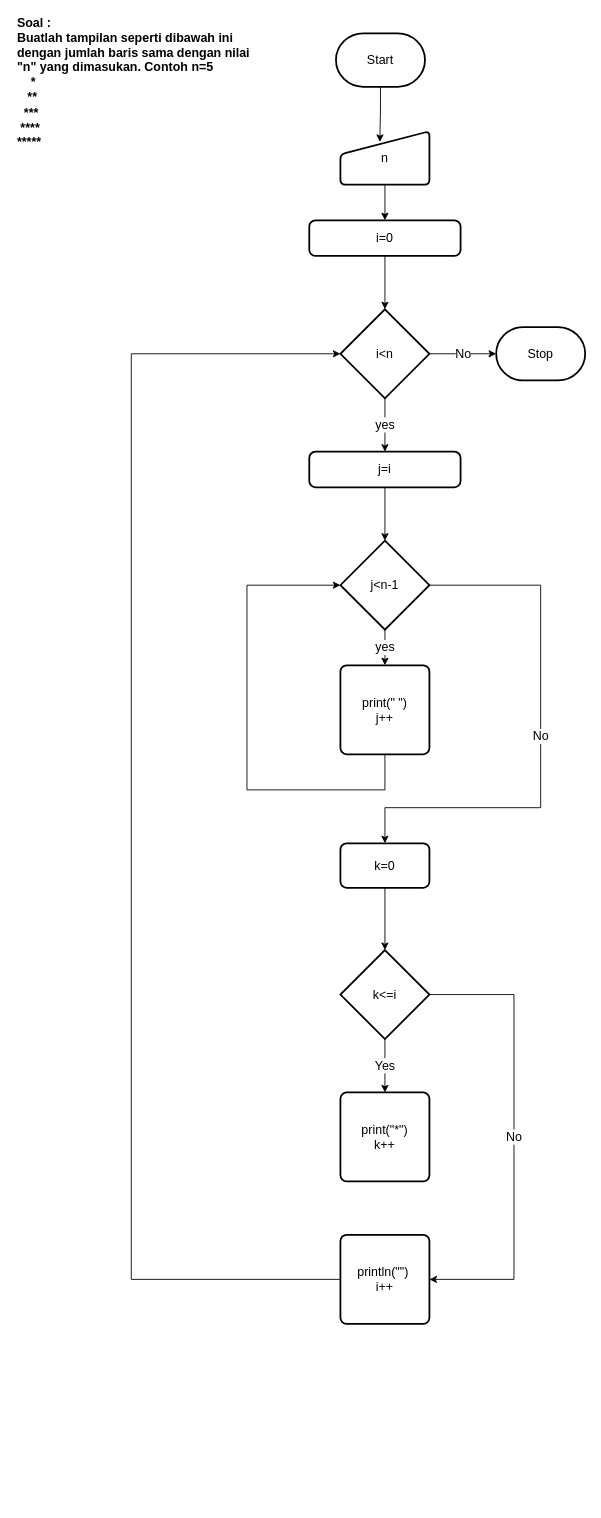
Before: src/Flowchart/Bintang.drawio in SetoAp69/Alprog22, a draw.io diagram. Source tidied: cells renumbered, new cells numbered last; positions are measured from the earlier drawing's top-left corner, leaving out a move shared by most shapes. Both pictures are drawn from the tidied source at 89%, with x=0, y=0 at pixel (15, 24).
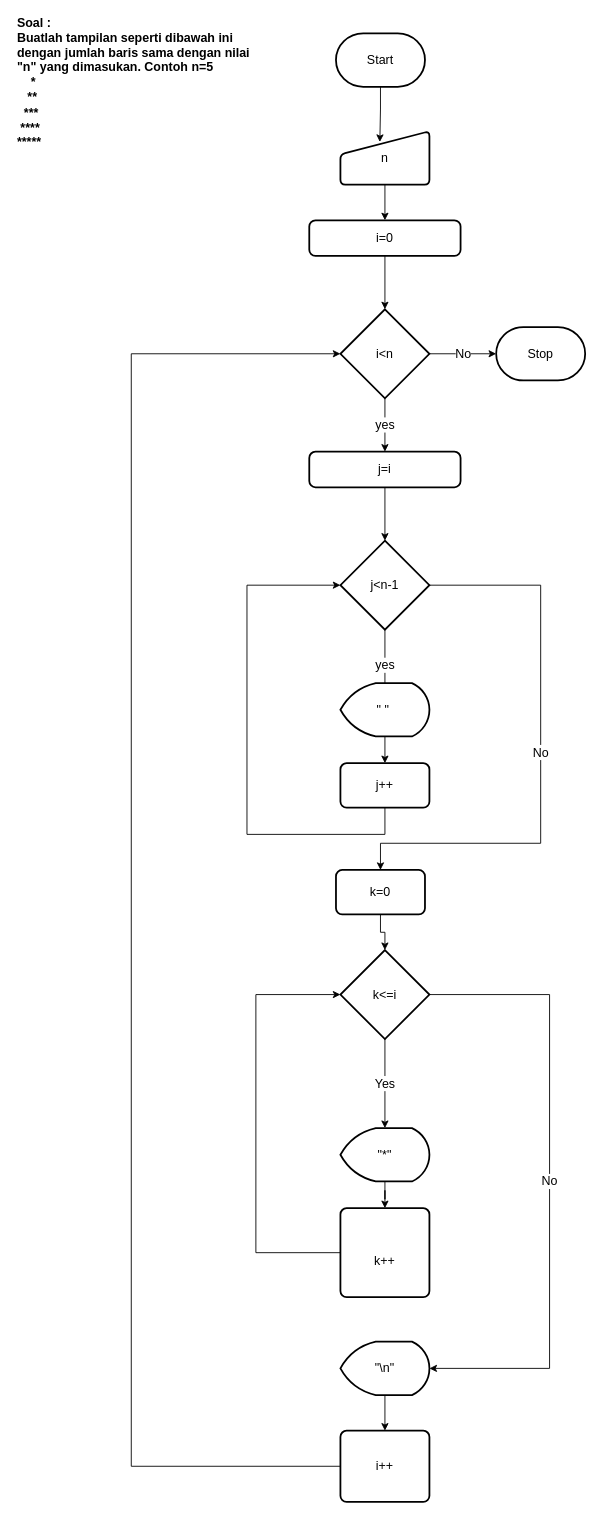
After the change.

Unchanged cells that the change refers to:
```xml
<mxCell id="11" value="i&amp;lt;n" style="strokeWidth=2;html=1;shape=mxgraph.flowchart.decision;whiteSpace=wrap;fontSize=14;" parent="1" vertex="1">
  <mxGeometry x="365" y="320" width="100" height="100" as="geometry" />
</mxCell>
<mxCell id="17" value="j&amp;lt;n-1" style="strokeWidth=2;html=1;shape=mxgraph.flowchart.decision;whiteSpace=wrap;fontSize=14;" parent="1" vertex="1">
  <mxGeometry x="365" y="580" width="100" height="100" as="geometry" />
</mxCell>
<mxCell id="24" value="k&amp;lt;=i" style="strokeWidth=2;html=1;shape=mxgraph.flowchart.decision;whiteSpace=wrap;fontSize=14;" parent="1" vertex="1">
  <mxGeometry x="365" y="1040" width="100" height="100" as="geometry" />
</mxCell>
```

Diff of the diagram source:
```diff
@@
     <mxCell id="15" value="yes" style="edgeStyle=orthogonalEdgeStyle;rounded=0;jettySize=auto;html=1;fontSize=14;" parent="1" edge="1" source="17" target="19">
-      <mxGeometry relative="1" as="geometry" />
+      <mxGeometry x="-0.47" relative="1" as="geometry" />
     </mxCell>
     <mxCell id="16" value="No" style="edgeStyle=orthogonalEdgeStyle;rounded=0;jettySize=auto;html=1;fontSize=14;entryX=0.5;entryY=0;entryDx=0;entryDy=0;" parent="1" edge="1" source="17" target="21">
       <mxGeometry relative="1" as="geometry">
         <Array as="points">
           <mxPoint x="590" y="630" />
-          <mxPoint x="590" y="880" />
-          <mxPoint x="415" y="880" />
+          <mxPoint x="590" y="920" />
+          <mxPoint x="410" y="920" />
         </Array>
       </mxGeometry>
     </mxCell>
@@
     <mxCell id="18" style="edgeStyle=orthogonalEdgeStyle;rounded=0;jettySize=auto;html=1;fontSize=14;entryX=0;entryY=0.5;entryDx=0;entryDy=0;entryPerimeter=0;" parent="1" edge="1" source="19" target="17">
       <mxGeometry relative="1" as="geometry">
         <Array as="points">
-          <mxPoint x="415" y="860" />
-          <mxPoint x="260" y="860" />
+          <mxPoint x="415" y="910" />
+          <mxPoint x="260" y="910" />
           <mxPoint x="260" y="630" />
         </Array>
       </mxGeometry>
     </mxCell>
-    <mxCell id="19" value="print(&quot; &quot;)&lt;br&gt;j++" style="rounded=1;whiteSpace=wrap;html=1;absoluteArcSize=1;arcSize=14;strokeWidth=2;fontSize=14;" parent="1" vertex="1">
-      <mxGeometry x="365" y="720" width="100" height="100" as="geometry" />
+    <mxCell id="19" value="j++" style="rounded=1;whiteSpace=wrap;html=1;absoluteArcSize=1;arcSize=14;strokeWidth=2;fontSize=14;" parent="1" vertex="1">
+      <mxGeometry x="365" y="830" width="100" height="50" as="geometry" />
     </mxCell>
@@
     <mxCell id="21" value="k=0" style="rounded=1;whiteSpace=wrap;html=1;absoluteArcSize=1;arcSize=14;strokeWidth=2;fontSize=14;" parent="1" vertex="1">
-      <mxGeometry x="365" y="920" width="100" height="50" as="geometry" />
+      <mxGeometry x="360" y="950" width="100" height="50" as="geometry" />
     </mxCell>
-    <mxCell id="22" value="Yes" style="edgeStyle=orthogonalEdgeStyle;rounded=0;jettySize=auto;html=1;fontSize=14;" parent="1" edge="1" source="24" target="25">
+    <mxCell id="22" value="Yes" style="edgeStyle=orthogonalEdgeStyle;rounded=0;jettySize=auto;html=1;fontSize=14;entryX=0.5;entryY=0;entryDx=0;entryDy=0;entryPerimeter=0;" parent="1" edge="1" source="24" target="30">
       <mxGeometry relative="1" as="geometry" />
     </mxCell>
-    <mxCell id="23" value="No" style="edgeStyle=orthogonalEdgeStyle;rounded=0;jettySize=auto;html=1;fontSize=14;entryX=1;entryY=0.5;entryDx=0;entryDy=0;" parent="1" edge="1" source="24" target="27">
+    <mxCell id="23" value="No" style="edgeStyle=orthogonalEdgeStyle;rounded=0;jettySize=auto;html=1;fontSize=14;entryX=1;entryY=0.5;entryDx=0;entryDy=0;entryPerimeter=0;" parent="1" edge="1" source="24" target="32">
       <mxGeometry relative="1" as="geometry">
         <Array as="points">
-          <mxPoint x="560" y="1090" />
-          <mxPoint x="560" y="1410" />
+          <mxPoint x="600" y="1090" />
+          <mxPoint x="600" y="1510" />
         </Array>
       </mxGeometry>
     </mxCell>
@@
+    <mxCell id="28" style="edgeStyle=orthogonalEdgeStyle;rounded=0;jettySize=auto;html=1;fontSize=14;entryX=0;entryY=0.5;entryDx=0;entryDy=0;entryPerimeter=0;" parent="1" edge="1" source="25" target="24">
+      <mxGeometry relative="1" as="geometry">
+        <Array as="points">
+          <mxPoint x="270" y="1380" />
+          <mxPoint x="270" y="1090" />
+        </Array>
+      </mxGeometry>
+    </mxCell>
-    <mxCell id="25" value="print(&quot;*&quot;)&lt;br&gt;k++" style="rounded=1;whiteSpace=wrap;html=1;absoluteArcSize=1;arcSize=14;strokeWidth=2;fontSize=14;" parent="1" vertex="1">
-      <mxGeometry x="365" y="1200" width="100" height="100" as="geometry" />
+    <mxCell id="25" value="&lt;br&gt;k++" style="rounded=1;whiteSpace=wrap;html=1;absoluteArcSize=1;arcSize=14;strokeWidth=2;fontSize=14;" parent="1" vertex="1">
+      <mxGeometry x="365" y="1330" width="100" height="100" as="geometry" />
     </mxCell>
-    <mxCell id="26" style="edgeStyle=orthogonalEdgeStyle;rounded=0;jettySize=auto;html=1;fontSize=14;entryX=0;entryY=0.5;entryDx=0;entryDy=0;entryPerimeter=0;" parent="1" edge="1" source="27" target="11">
+    <mxCell id="26" style="edgeStyle=orthogonalEdgeStyle;rounded=0;jettySize=auto;html=1;fontSize=14;entryX=0;entryY=0.5;entryDx=0;entryDy=0;entryPerimeter=0;exitX=0;exitY=0.5;exitDx=0;exitDy=0;" parent="1" edge="1" source="33" target="11">
       <mxGeometry relative="1" as="geometry">
         <Array as="points">
-          <mxPoint x="130" y="1410" />
+          <mxPoint x="130" y="1620" />
           <mxPoint x="130" y="370" />
         </Array>
       </mxGeometry>
     </mxCell>
-    <mxCell id="27" value="println(&quot;&quot;)&amp;nbsp;&lt;br&gt;i++" style="rounded=1;whiteSpace=wrap;html=1;absoluteArcSize=1;arcSize=14;strokeWidth=2;fontSize=14;" parent="1" vertex="1">
-      <mxGeometry x="365" y="1360" width="100" height="100" as="geometry" />
-    </mxCell>
+    <mxCell id="29" style="edgeStyle=orthogonalEdgeStyle;rounded=0;jettySize=auto;html=1;fontSize=14;" parent="1" edge="1" source="30" target="25">
+      <mxGeometry relative="1" as="geometry" />
+    </mxCell>
+    <mxCell id="30" value="&quot;*&quot;" style="strokeWidth=2;html=1;shape=mxgraph.flowchart.display;whiteSpace=wrap;fontSize=14;" parent="1" vertex="1">
+      <mxGeometry x="365" y="1240" width="100" height="60" as="geometry" />
+    </mxCell>
+    <mxCell id="31" style="edgeStyle=orthogonalEdgeStyle;rounded=0;jettySize=auto;html=1;fontSize=14;" parent="1" edge="1" source="32" target="33">
+      <mxGeometry relative="1" as="geometry" />
+    </mxCell>
+    <mxCell id="32" value="&quot;\n&quot;" style="strokeWidth=2;html=1;shape=mxgraph.flowchart.display;whiteSpace=wrap;fontSize=14;" parent="1" vertex="1">
+      <mxGeometry x="365" y="1480" width="100" height="60" as="geometry" />
+    </mxCell>
+    <mxCell id="33" value="i++" style="rounded=1;whiteSpace=wrap;html=1;absoluteArcSize=1;arcSize=14;strokeWidth=2;fontSize=14;" parent="1" vertex="1">
+      <mxGeometry x="365" y="1580" width="100" height="80" as="geometry" />
+    </mxCell>
+    <mxCell id="34" value="&quot; &quot;&amp;nbsp;" style="strokeWidth=2;html=1;shape=mxgraph.flowchart.display;whiteSpace=wrap;fontSize=14;" parent="1" vertex="1">
+      <mxGeometry x="365" y="740" width="100" height="60" as="geometry" />
+    </mxCell>
```
